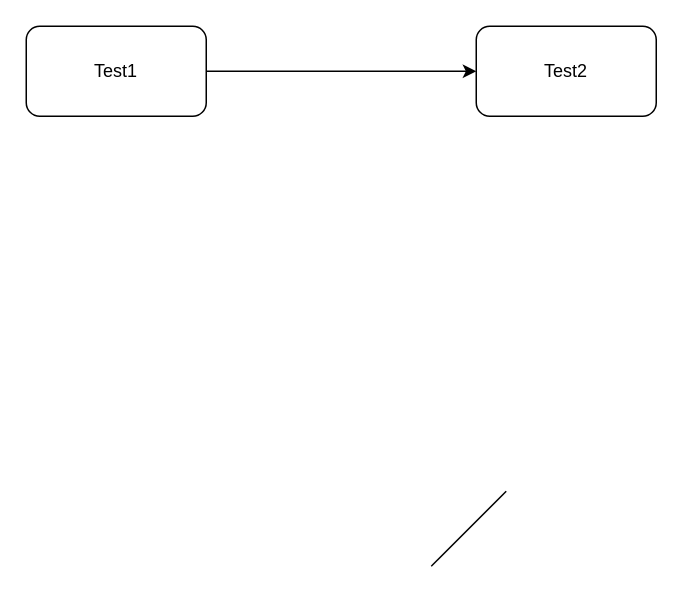
The draw.io diagram images/Unbenanntes Diagramm.drawio in ORE01/Dashboard, before the edit. Source tidied: cells renumbered, new cells numbered last; positions are measured from the earlier drawing's top-left corner, leaving out a move shared by most shapes. Both pictures are drawn from the tidied source at 150%, with x=0, y=0 at pixel (26, 26).
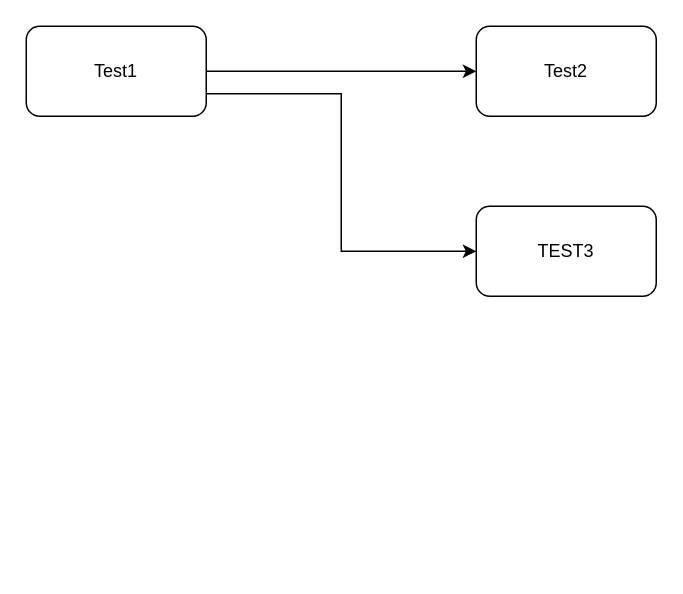
The same diagram, later.

Change to the diagram source:
```diff
@@
 <mxGraphModel>
   <root>
     <mxCell id="0" />
     <mxCell id="1" parent="0" />
     <mxCell id="2" style="edgeStyle=orthogonalEdgeStyle;rounded=0;jettySize=auto;html=1;exitX=1;exitY=0.5;exitDx=0;exitDy=0;" parent="1" edge="1" source="3" target="4">
       <mxGeometry relative="1" as="geometry" />
     </mxCell>
+    <mxCell id="6" style="edgeStyle=orthogonalEdgeStyle;rounded=0;jettySize=auto;html=1;exitX=1;exitY=0.75;exitDx=0;exitDy=0;entryX=0;entryY=0.5;entryDx=0;entryDy=0;" parent="1" edge="1" source="3" target="7">
+      <mxGeometry relative="1" as="geometry" />
+    </mxCell>
     <mxCell id="3" value="Test1" style="rounded=1;whiteSpace=wrap;html=1;" parent="1" vertex="1">
       <mxGeometry width="120" height="60" as="geometry" />
     </mxCell>
     <mxCell id="4" value="Test2" style="rounded=1;whiteSpace=wrap;html=1;" parent="1" vertex="1">
       <mxGeometry x="300" width="120" height="60" as="geometry" />
     </mxCell>
-    <mxCell id="5" style="endArrow=none;html=1;rounded=0;" parent="1" edge="1">
-      <mxGeometry relative="1" as="geometry">
-        <mxPoint x="270" y="360" as="sourcePoint" />
-        <mxPoint x="320" y="310" as="targetPoint" />
-      </mxGeometry>
-    </mxCell>
+    <mxCell id="7" value="TEST3" style="rounded=1;whiteSpace=wrap;html=1;" parent="1" vertex="1">
+      <mxGeometry x="300" y="120" width="120" height="60" as="geometry" />
+    </mxCell>
   </root>
 </mxGraphModel>
```
